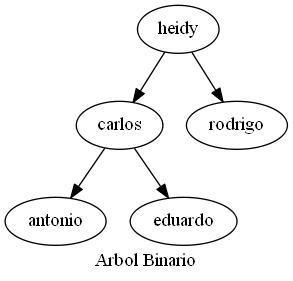
This is Reportes/Arbol.png from hr9457/EDD_1S2020_PY1_201314296, a Graphviz export, as it was before one commit. Its source is kept beside it as ArchivosDot/Arbol.dot.
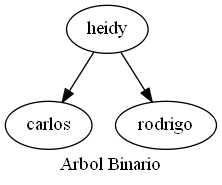
The same file after the commit.

Change to the diagram source:
```diff
@@ -4,10 +4,6 @@
 nodoheidy[ label = "heidy"];
 nodoheidy->nodocarlos
 nodocarlos[ label = "carlos"];
-nodocarlos->nodoantonio
-nodoantonio[ label = "antonio"];
-nodocarlos->nodoeduardo
-nodoeduardo[ label = "eduardo"];
 nodoheidy->nodorodrigo
 nodorodrigo[ label = "rodrigo"];
 label = " Arbol Binario "
```
